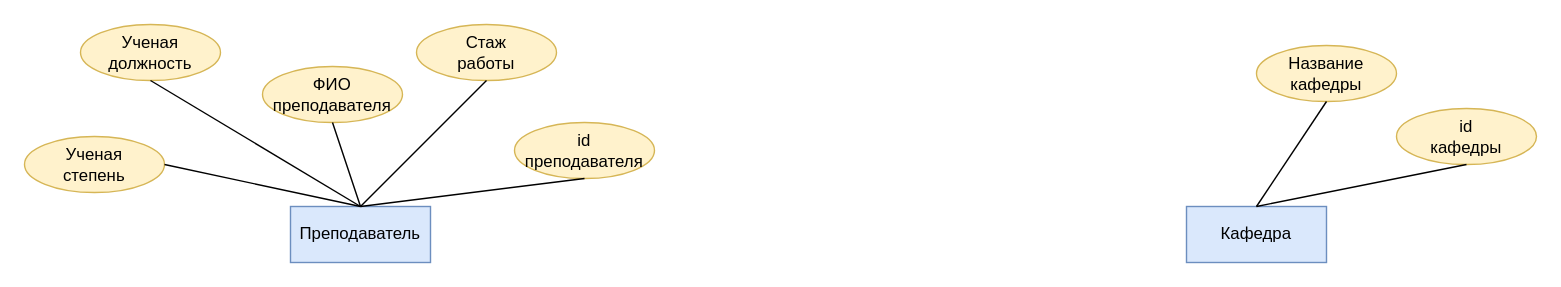
Earlier version of the draw.io diagram page "БД по легенде" (1 of 2) of draw_io/БД.drawio (Dimj1k/Works). Source tidied: cells renumbered, new cells numbered last; positions are measured from the earlier drawing's top-left corner, leaving out a move shared by most shapes. Both pictures are drawn from the tidied source at 140%, with x=0, y=0 at pixel (24, 24).
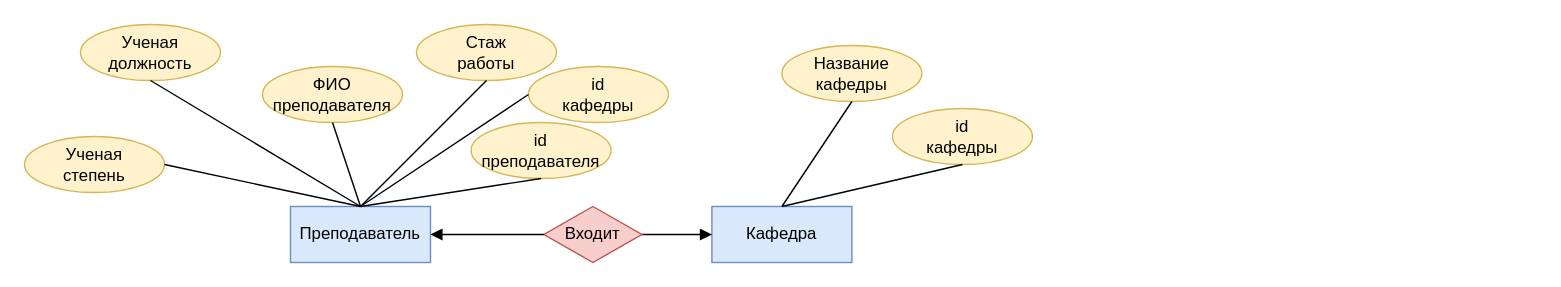
The same page after the edit.

The change refers to these unchanged cells:
```xml
<mxCell id="2" value="Преподаватель" style="whiteSpace=wrap;html=1;align=center;fillColor=#dae8fc;strokeColor=#6c8ebf;" parent="1" vertex="1">
  <mxGeometry x="190" y="130" width="100" height="40" as="geometry" />
</mxCell>
```

The edit, as a diff of the source:
```diff
@@
     <mxCell id="3" value="id&lt;br&gt;преподавателя" style="ellipse;whiteSpace=wrap;html=1;align=center;fillColor=#fff2cc;strokeColor=#d6b656;" parent="1" vertex="1">
-      <mxGeometry x="350" y="70" width="100" height="40" as="geometry" />
+      <mxGeometry x="319" y="70" width="100" height="40" as="geometry" />
     </mxCell>
@@
     <mxCell id="13" value="Кафедра" style="whiteSpace=wrap;html=1;align=center;fillColor=#dae8fc;strokeColor=#6c8ebf;" parent="1" vertex="1">
-      <mxGeometry x="830" y="130" width="100" height="40" as="geometry" />
+      <mxGeometry x="491" y="130" width="100" height="40" as="geometry" />
     </mxCell>
     <mxCell id="14" value="id&lt;br&gt;кафедры" style="ellipse;whiteSpace=wrap;html=1;align=center;fillColor=#fff2cc;strokeColor=#d6b656;" parent="1" vertex="1">
-      <mxGeometry x="980" y="60" width="100" height="40" as="geometry" />
+      <mxGeometry x="620" y="60" width="100" height="40" as="geometry" />
     </mxCell>
@@
     <mxCell id="16" value="Название&lt;br&gt;кафедры" style="ellipse;whiteSpace=wrap;html=1;align=center;fillColor=#fff2cc;strokeColor=#d6b656;" parent="1" vertex="1">
-      <mxGeometry x="880" y="15" width="100" height="40" as="geometry" />
+      <mxGeometry x="541" y="15" width="100" height="40" as="geometry" />
     </mxCell>
     <mxCell id="17" style="endArrow=none;html=1;rounded=0;entryX=0.5;entryY=1;entryDx=0;entryDy=0;" parent="1" edge="1" target="16">
       <mxGeometry relative="1" as="geometry">
-        <mxPoint x="880" y="130" as="sourcePoint" />
+        <mxPoint x="541" y="130" as="sourcePoint" />
       </mxGeometry>
     </mxCell>
+    <mxCell id="18" style="edgeStyle=orthogonalEdgeStyle;rounded=0;jettySize=auto;html=1;entryX=0;entryY=0.5;entryDx=0;entryDy=0;endArrow=block;endFill=1;" parent="1" edge="1" source="19" target="13">
+      <mxGeometry relative="1" as="geometry" />
+    </mxCell>
+    <mxCell id="19" value="Входит" style="shape=rhombus;perimeter=rhombusPerimeter;whiteSpace=wrap;html=1;align=center;fillColor=#f8cecc;strokeColor=#b85450;" parent="1" vertex="1">
+      <mxGeometry x="371" y="130" width="70" height="40" as="geometry" />
+    </mxCell>
+    <mxCell id="20" style="rounded=0;jettySize=auto;html=1;entryX=1;entryY=0.5;entryDx=0;entryDy=0;endArrow=block;endFill=1;exitX=0;exitY=0.5;exitDx=0;exitDy=0;" parent="1" edge="1" source="19" target="2">
+      <mxGeometry relative="1" as="geometry" />
+    </mxCell>
+    <mxCell id="21" value="id&lt;br&gt;кафедры" style="ellipse;whiteSpace=wrap;html=1;align=center;fillColor=#fff2cc;strokeColor=#d6b656;" parent="1" vertex="1">
+      <mxGeometry x="360" y="30" width="100" height="40" as="geometry" />
+    </mxCell>
+    <mxCell id="22" style="endArrow=none;html=1;rounded=0;exitX=0.5;exitY=0;exitDx=0;exitDy=0;entryX=0;entryY=0.5;entryDx=0;entryDy=0;" parent="1" edge="1" source="2" target="21">
+      <mxGeometry relative="1" as="geometry" />
+    </mxCell>
```
